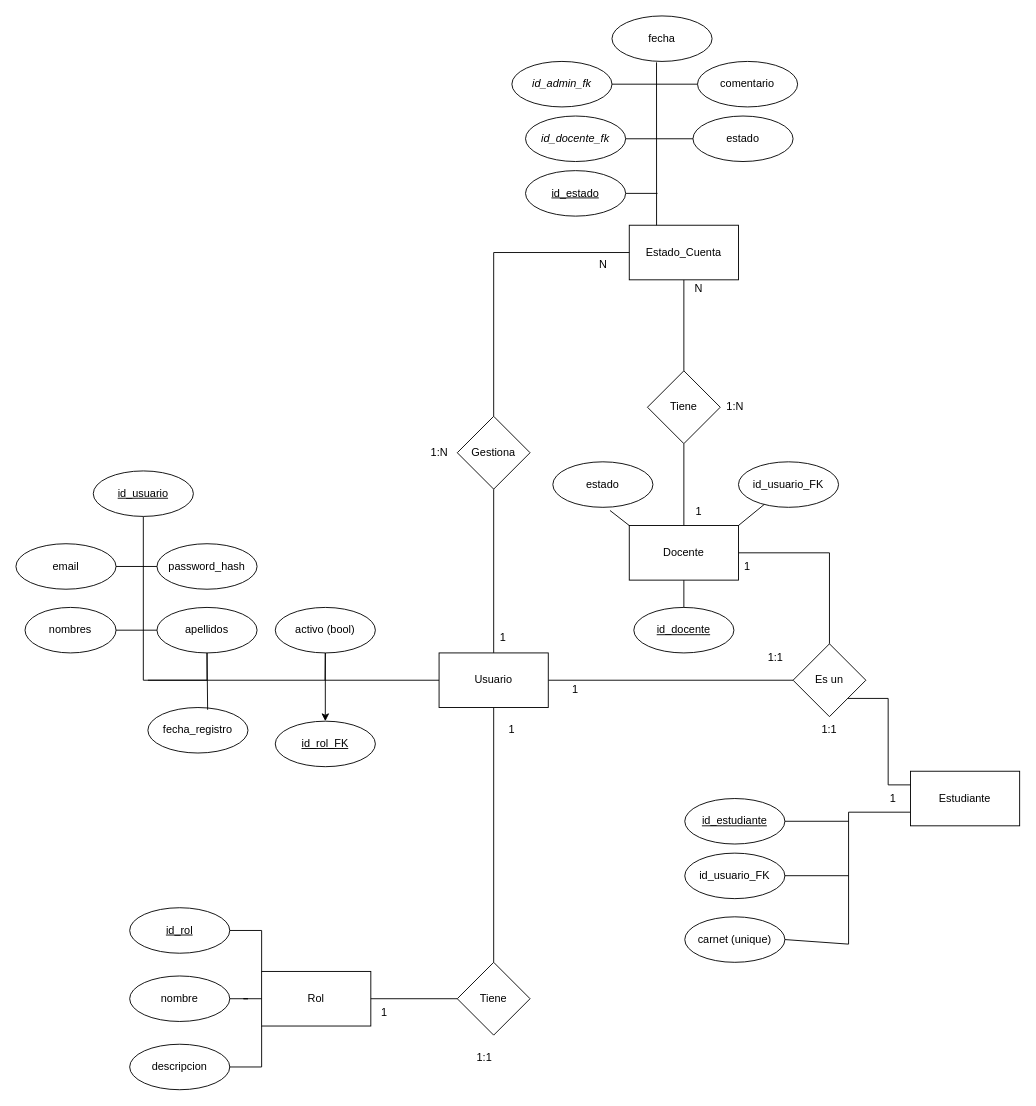
Earlier version of the draw.io diagram diagramas/conceptual/drawio/modelo_conceptual.drawio (piti-codenbugs/sgea-db). Source tidied: cells renumbered, new cells numbered last; positions are measured from the earlier drawing's top-left corner, leaving out a move shared by most shapes. Both pictures are drawn from the tidied source at 91%, with x=0, y=0 at pixel (15, 15).
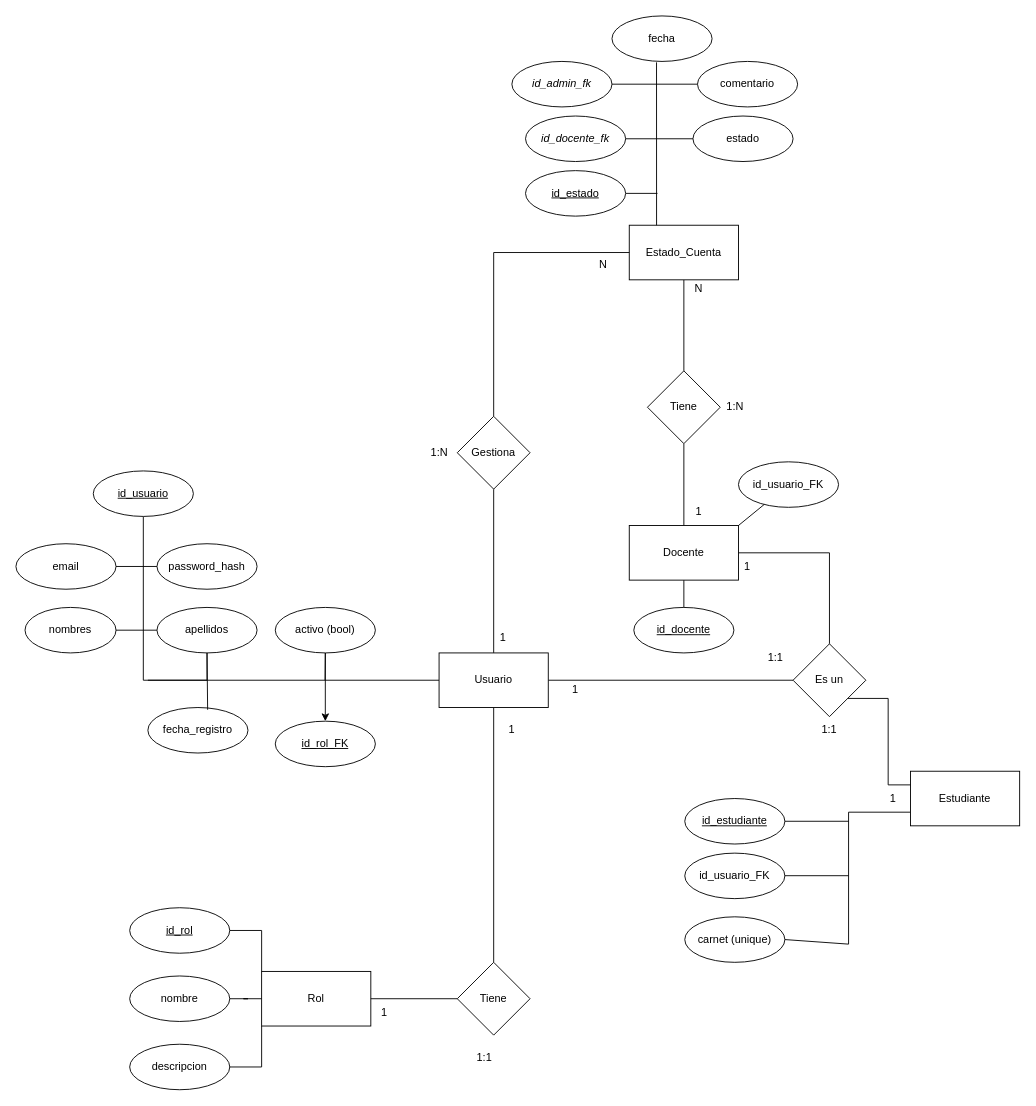
The same diagram, later.

Commit message (it also covers changes not shown here):
se agregaron los triggers necesarios para el estado de cuenta del usuario tanto cuando se registra un docente como cuando se aprueba el mismo

Unchanged cells that the change refers to:
```xml
<mxCell id="6" value="Docente" style="rounded=0;whiteSpace=wrap;html=1;" parent="1" vertex="1">
  <mxGeometry x="674" y="560" width="120" height="60" as="geometry" />
</mxCell>
```

The edit, as a diff of the source:
```diff
@@
-    <mxCell id="74" value="estado" style="ellipse;whiteSpace=wrap;html=1;" parent="1" vertex="1">
-      <mxGeometry x="590" y="490" width="110" height="50" as="geometry" />
-    </mxCell>
-    <mxCell id="75" style="edgeStyle=none;rounded=0;jettySize=auto;html=1;exitX=0;exitY=0;exitDx=0;exitDy=0;entryX=0.571;entryY=1.069;entryDx=0;entryDy=0;entryPerimeter=0;endArrow=none;endFill=0;" parent="1" edge="1" source="6" target="74">
-      <mxGeometry relative="1" as="geometry" />
-    </mxCell>
```
